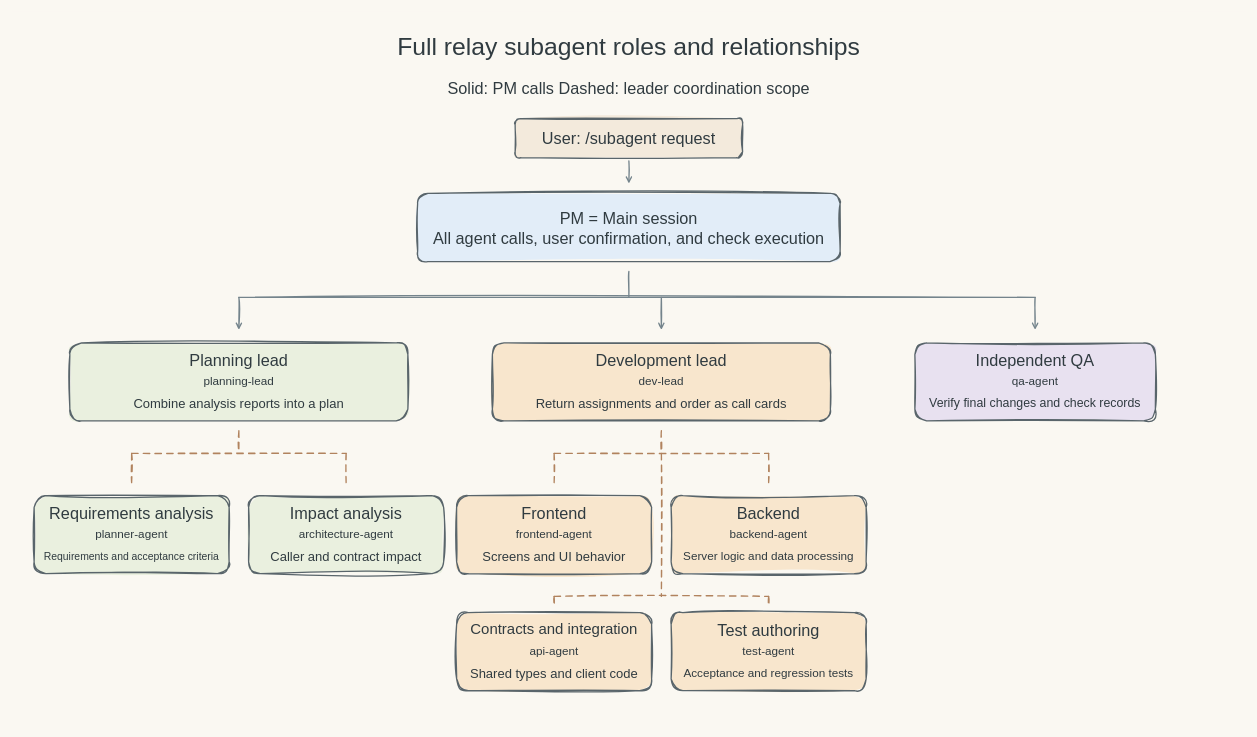
Earlier version of the draw.io diagram docs/assets/drawio/workflow-full-relay-roles.en.drawio (jbeat30/claude-subagent-workflow). Source tidied: cells renumbered, new cells numbered last; positions are measured from the earlier drawing's top-left corner, leaving out a move shared by most shapes. Both pictures are drawn from the tidied source at 65%, with x=0, y=0 at pixel (11, 11).
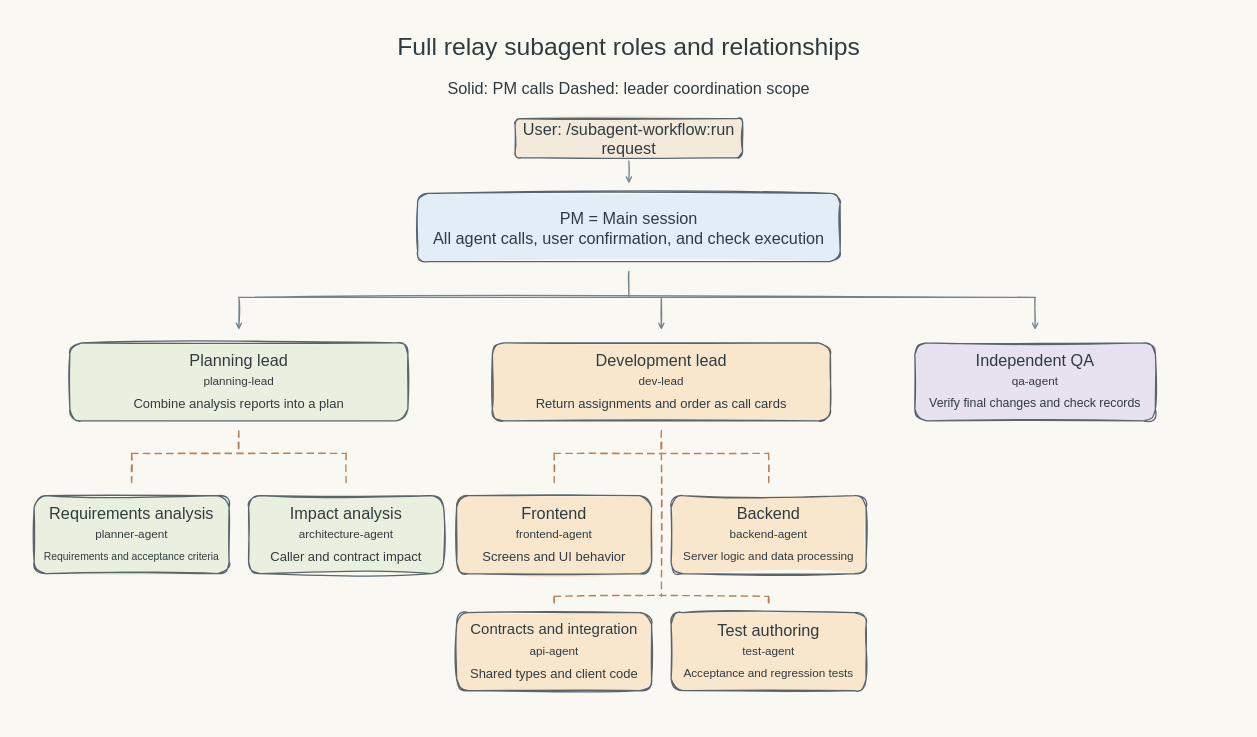
The same page after the edit.

What changed in the source:
```diff
@@
-    <mxCell id="5" value="User: /subagent request" style="whiteSpace=wrap;html=0;fontFamily=Malgun Gothic;fontSize=25;fontColor=#303b40;rounded=1;sketch=1;jiggle=2;strokeWidth=2;strokeColor=#59656b;fillColor=#f3eadc;align=center;verticalAlign=middle;fillOpacity=100;opacity=100;fillStyle=solid;gradientColor=none;glass=0;" parent="1" vertex="1">
+    <mxCell id="5" value="User: /subagent-workflow:run request" style="whiteSpace=wrap;html=0;fontFamily=Malgun Gothic;fontSize=25;fontColor=#303b40;rounded=1;sketch=1;jiggle=2;strokeWidth=2;strokeColor=#59656b;fillColor=#f3eadc;align=center;verticalAlign=middle;fillOpacity=100;opacity=100;fillStyle=solid;gradientColor=none;glass=0;" parent="1" vertex="1">
       <mxGeometry x="775" y="165" width="350" height="60" as="geometry" />
     </mxCell>
```
